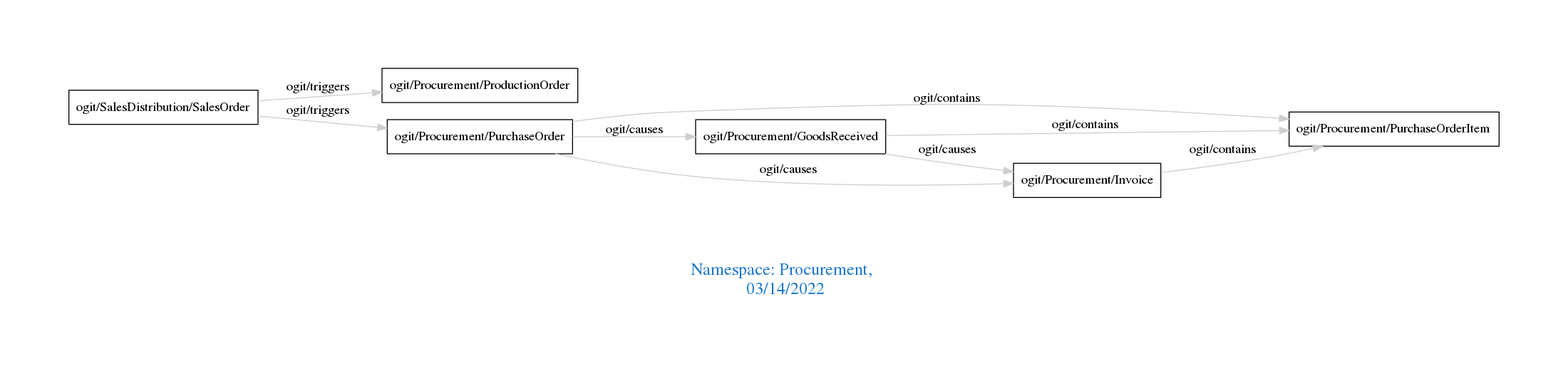
Before: downloads/Procurement.png, a diagram exported from Graphviz (arago/OGIT). Its source is kept beside it as downloads/Procurement.dot.
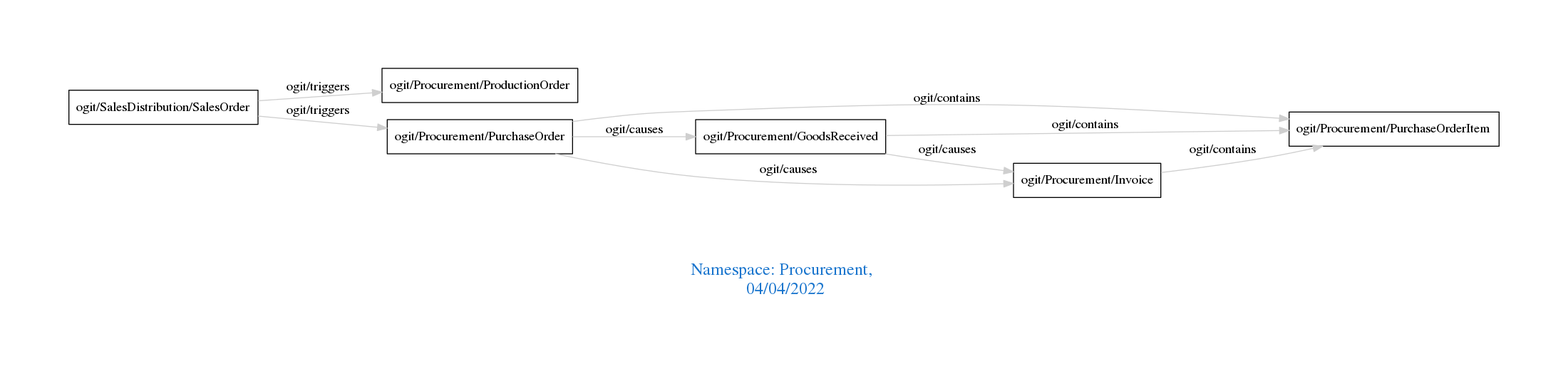
The same file after the commit.

Diff of the diagram source:
```diff
@@ -1,7 +1,7 @@
 digraph OGIT_ontology {
  graph [ rankdir= LR,pad=1
 fontsize = 18,
-fontcolor= dodgerblue3,label = "\n\n\nNamespace: Procurement, \n 03/14/2022"];
+fontcolor= dodgerblue3,label = "\n\n\nNamespace: Procurement, \n 04/04/2022"];
 node[shape=polygon];
 edge [  color="gray81"];
 
```
